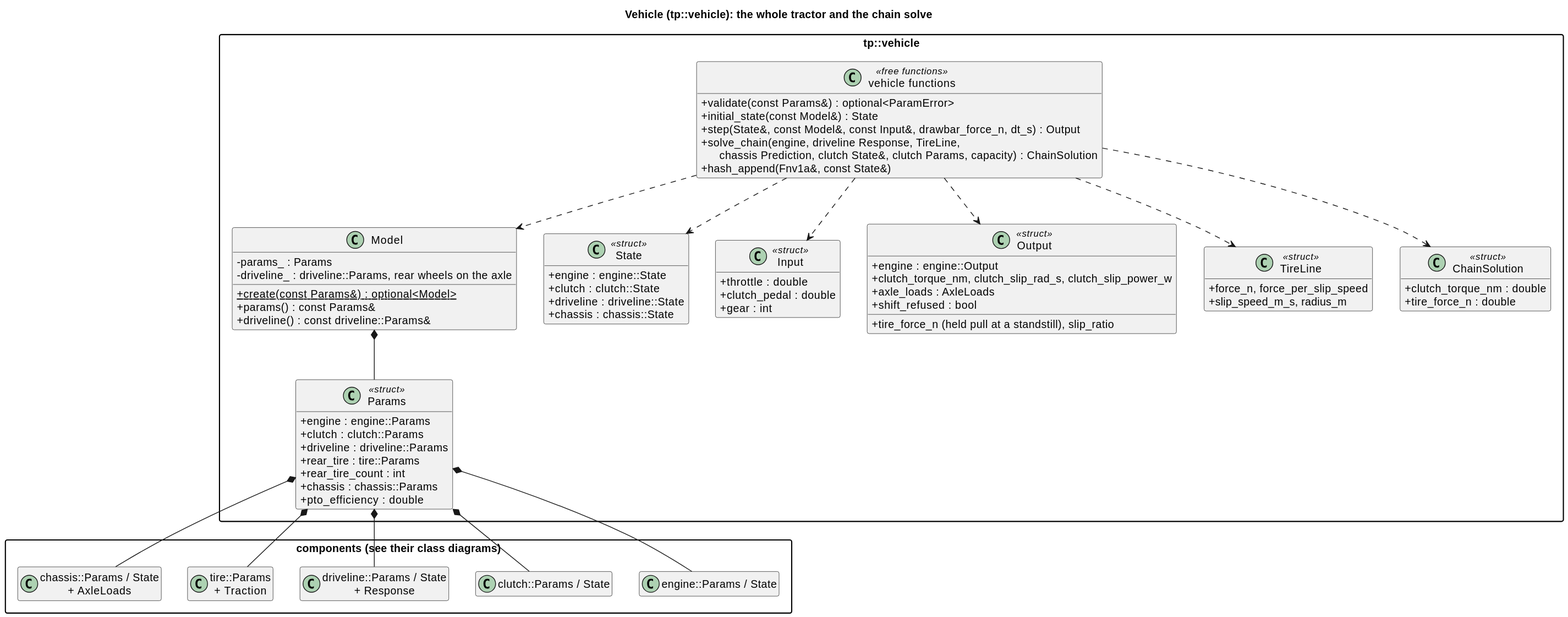
This is docs/diagrams/svg/vehicle_classes.svg from wversteeg/TractorPulling, a PlantUML export, as it was before one commit.
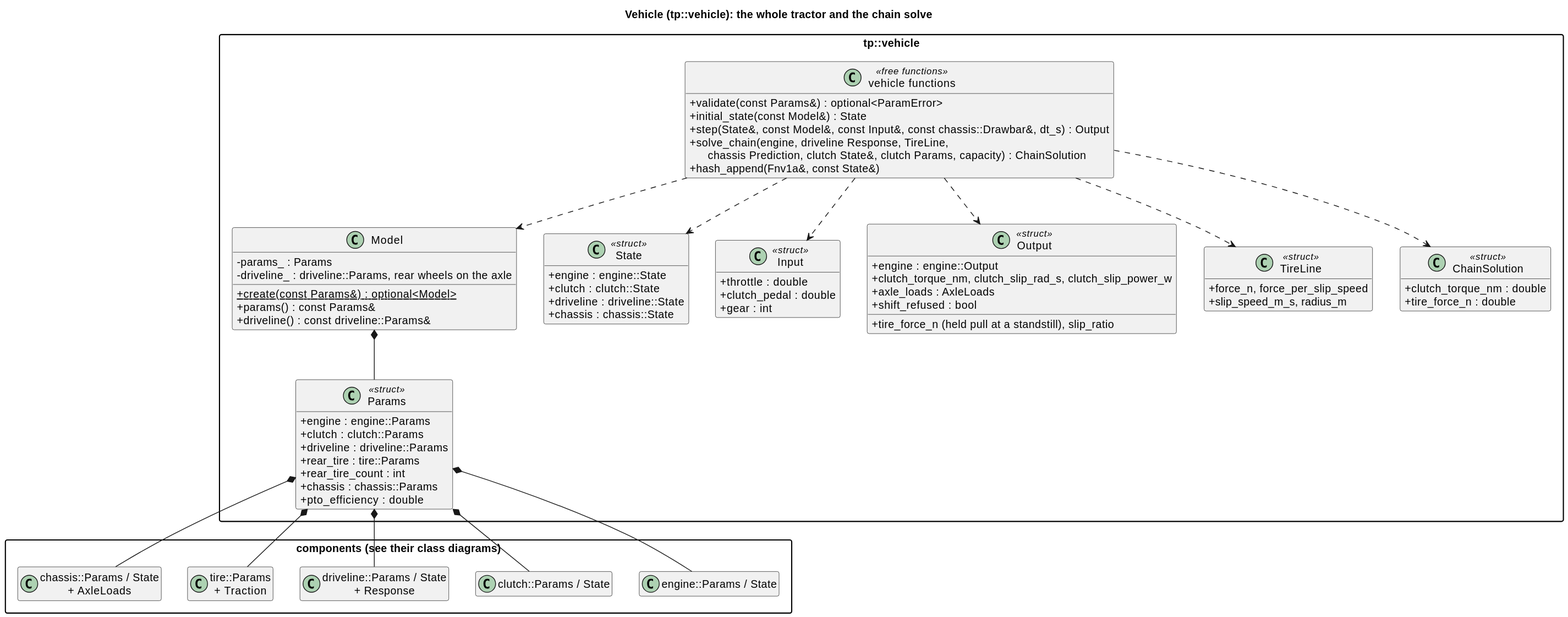
After the change.

The edit, as a diff of the source:
```diff
@@ -58,7 +58,7 @@
   class "vehicle functions" as VehicleFns <<free functions>> {
     +validate(const Params&) : optional<ParamError>
     +initial_state(const Model&) : State
-    +step(State&, const Model&, const Input&, drawbar_force_n, dt_s) : Output
+    +step(State&, const Model&, const Input&, const chassis::Drawbar&, dt_s) : Output
     +solve_chain(engine, driveline Response, TireLine,\n      chassis Prediction, clutch State&, clutch Params, capacity) : ChainSolution
     +hash_append(Fnv1a&, const State&)
   }
```
